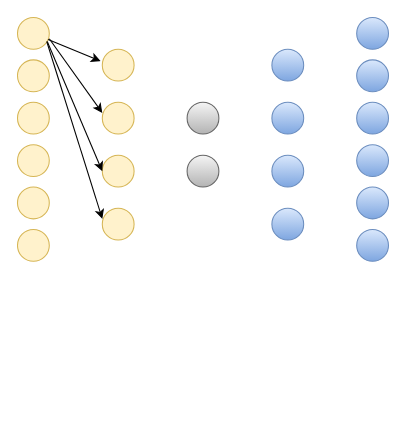
The draw.io diagram 未命名绘图.drawio in liwei4378/image, before the edit. Source tidied: cells renumbered, new cells numbered last; positions are measured from the earlier drawing's top-left corner, leaving out a move shared by most shapes. Both pictures are drawn from the tidied source at 106%, with x=0, y=0 at pixel (17, 17).
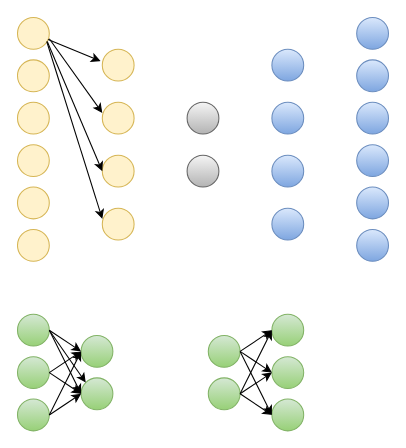
The same diagram, later.

Commit message:
更新未命名绘图.drawio

The edit, as a diff of the source:
```diff
@@
+    <mxCell id="28" style="ellipse;whiteSpace=wrap;html=1;fillColor=#d5e8d4;strokeColor=#82b366;gradientColor=#97d077;" parent="1" vertex="1">
+      <mxGeometry y="320" width="30" height="30" as="geometry" />
+    </mxCell>
+    <mxCell id="29" style="ellipse;whiteSpace=wrap;html=1;fillColor=#d5e8d4;strokeColor=#82b366;gradientColor=#97d077;" parent="1" vertex="1">
+      <mxGeometry y="280" width="30" height="30" as="geometry" />
+    </mxCell>
+    <mxCell id="30" style="ellipse;whiteSpace=wrap;html=1;fillColor=#d5e8d4;strokeColor=#82b366;gradientColor=#97d077;" parent="1" vertex="1">
+      <mxGeometry y="360" width="30" height="30" as="geometry" />
+    </mxCell>
+    <mxCell id="31" style="ellipse;whiteSpace=wrap;html=1;fillColor=#d5e8d4;strokeColor=#82b366;gradientColor=#97d077;" parent="1" vertex="1">
+      <mxGeometry x="60" y="340" width="30" height="30" as="geometry" />
+    </mxCell>
+    <mxCell id="32" style="ellipse;whiteSpace=wrap;html=1;fillColor=#d5e8d4;strokeColor=#82b366;gradientColor=#97d077;" parent="1" vertex="1">
+      <mxGeometry x="60" y="300" width="30" height="30" as="geometry" />
+    </mxCell>
+    <mxCell id="33" style="endArrow=classic;html=1;rounded=0;exitX=1;exitY=0.5;exitDx=0;exitDy=0;entryX=0;entryY=0.5;entryDx=0;entryDy=0;" parent="1" edge="1" source="29" target="32">
+      <mxGeometry relative="1" as="geometry" />
+    </mxCell>
+    <mxCell id="34" style="endArrow=classic;html=1;rounded=0;exitX=1;exitY=0.5;exitDx=0;exitDy=0;entryX=0;entryY=0;entryDx=0;entryDy=0;" parent="1" edge="1" source="29" target="31">
+      <mxGeometry relative="1" as="geometry" />
+    </mxCell>
+    <mxCell id="35" style="endArrow=classic;html=1;rounded=0;exitX=1;exitY=0.5;exitDx=0;exitDy=0;entryX=0;entryY=0.5;entryDx=0;entryDy=0;" parent="1" edge="1" source="29" target="31">
+      <mxGeometry relative="1" as="geometry" />
+    </mxCell>
+    <mxCell id="36" style="endArrow=classic;html=1;rounded=0;exitX=1;exitY=0.5;exitDx=0;exitDy=0;entryX=0;entryY=0.5;entryDx=0;entryDy=0;" parent="1" edge="1" source="28" target="32">
+      <mxGeometry relative="1" as="geometry" />
+    </mxCell>
+    <mxCell id="37" style="endArrow=classic;html=1;rounded=0;exitX=1;exitY=0.5;exitDx=0;exitDy=0;entryX=0;entryY=0.5;entryDx=0;entryDy=0;" parent="1" edge="1" source="30" target="32">
+      <mxGeometry relative="1" as="geometry" />
+    </mxCell>
+    <mxCell id="38" style="endArrow=classic;html=1;rounded=0;exitX=1;exitY=0.5;exitDx=0;exitDy=0;entryX=0;entryY=0.5;entryDx=0;entryDy=0;" parent="1" edge="1" source="28" target="31">
+      <mxGeometry relative="1" as="geometry" />
+    </mxCell>
+    <mxCell id="39" style="endArrow=classic;html=1;rounded=0;exitX=1;exitY=0.5;exitDx=0;exitDy=0;entryX=0;entryY=0.5;entryDx=0;entryDy=0;" parent="1" edge="1" source="30" target="31">
+      <mxGeometry relative="1" as="geometry" />
+    </mxCell>
+    <mxCell id="40" style="ellipse;whiteSpace=wrap;html=1;fillColor=#d5e8d4;strokeColor=#82b366;gradientColor=#97d077;" parent="1" vertex="1">
+      <mxGeometry x="180" y="340" width="30" height="30" as="geometry" />
+    </mxCell>
+    <mxCell id="41" style="ellipse;whiteSpace=wrap;html=1;fillColor=#d5e8d4;strokeColor=#82b366;gradientColor=#97d077;" parent="1" vertex="1">
+      <mxGeometry x="180" y="300" width="30" height="30" as="geometry" />
+    </mxCell>
+    <mxCell id="42" style="ellipse;whiteSpace=wrap;html=1;fillColor=#d5e8d4;strokeColor=#82b366;gradientColor=#97d077;" parent="1" vertex="1">
+      <mxGeometry x="240" y="320" width="30" height="30" as="geometry" />
+    </mxCell>
+    <mxCell id="43" style="ellipse;whiteSpace=wrap;html=1;fillColor=#d5e8d4;strokeColor=#82b366;gradientColor=#97d077;" parent="1" vertex="1">
+      <mxGeometry x="240" y="280" width="30" height="30" as="geometry" />
+    </mxCell>
+    <mxCell id="44" style="ellipse;whiteSpace=wrap;html=1;fillColor=#d5e8d4;strokeColor=#82b366;gradientColor=#97d077;" parent="1" vertex="1">
+      <mxGeometry x="240" y="360" width="30" height="30" as="geometry" />
+    </mxCell>
+    <mxCell id="45" style="endArrow=classic;html=1;rounded=0;exitX=1;exitY=0.5;exitDx=0;exitDy=0;entryX=0;entryY=0.5;entryDx=0;entryDy=0;" parent="1" edge="1" source="40" target="44">
+      <mxGeometry relative="1" as="geometry" />
+    </mxCell>
+    <mxCell id="46" style="endArrow=classic;html=1;rounded=0;exitX=1;exitY=0.5;exitDx=0;exitDy=0;entryX=0;entryY=0.5;entryDx=0;entryDy=0;" parent="1" edge="1" source="40" target="43">
+      <mxGeometry relative="1" as="geometry" />
+    </mxCell>
+    <mxCell id="47" style="endArrow=classic;html=1;rounded=0;exitX=1;exitY=0.5;exitDx=0;exitDy=0;entryX=0;entryY=0.5;entryDx=0;entryDy=0;" parent="1" edge="1" source="41" target="43">
+      <mxGeometry relative="1" as="geometry" />
+    </mxCell>
+    <mxCell id="48" style="endArrow=classic;html=1;rounded=0;exitX=1;exitY=0.5;exitDx=0;exitDy=0;entryX=0;entryY=0.5;entryDx=0;entryDy=0;" parent="1" edge="1" source="41" target="42">
+      <mxGeometry relative="1" as="geometry" />
+    </mxCell>
+    <mxCell id="49" style="endArrow=classic;html=1;rounded=0;exitX=1;exitY=0.5;exitDx=0;exitDy=0;entryX=0;entryY=0.5;entryDx=0;entryDy=0;" parent="1" edge="1" source="41" target="44">
+      <mxGeometry relative="1" as="geometry" />
+    </mxCell>
+    <mxCell id="50" style="endArrow=classic;html=1;rounded=0;exitX=1;exitY=0.5;exitDx=0;exitDy=0;entryX=0;entryY=0.5;entryDx=0;entryDy=0;" parent="1" edge="1" source="40" target="42">
+      <mxGeometry relative="1" as="geometry" />
+    </mxCell>
```
